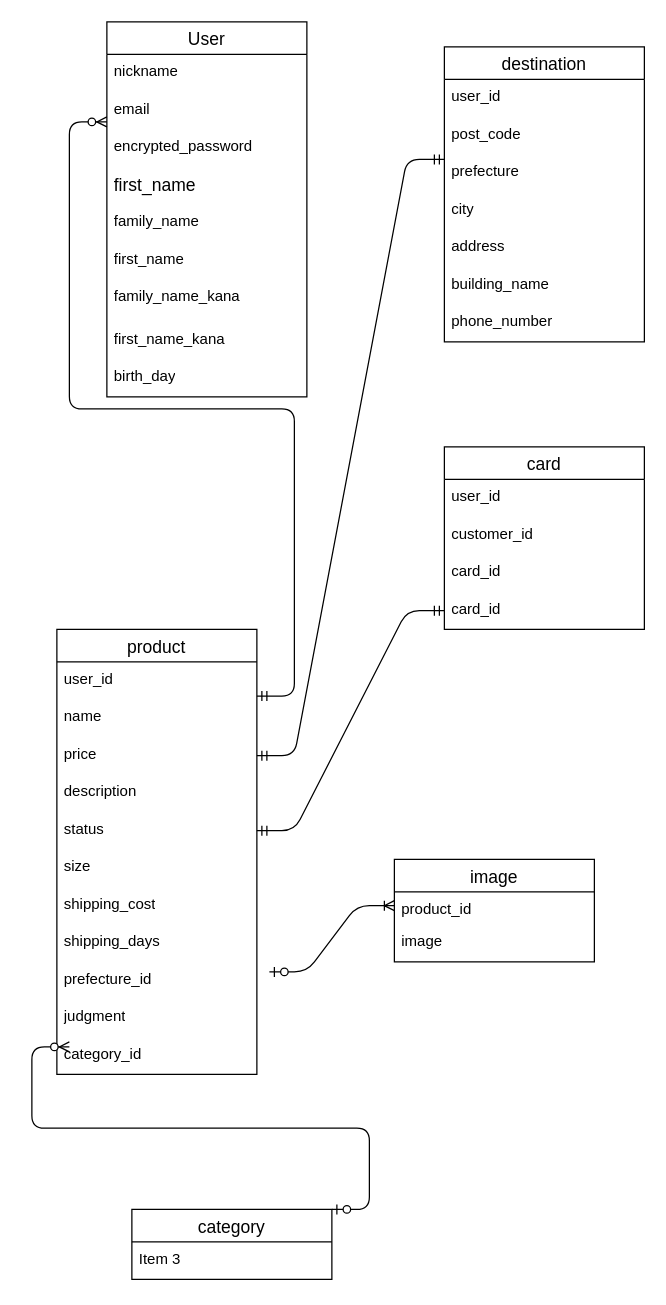
This is ER.dio from makomottchi/furima-41804, a draw.io file, before an edit. Source tidied: cells renumbered, new cells numbered last; positions are measured from the earlier drawing's top-left corner, leaving out a move shared by most shapes. Both pictures are drawn from the tidied source at 125%, with x=0, y=0 at pixel (56, 21).
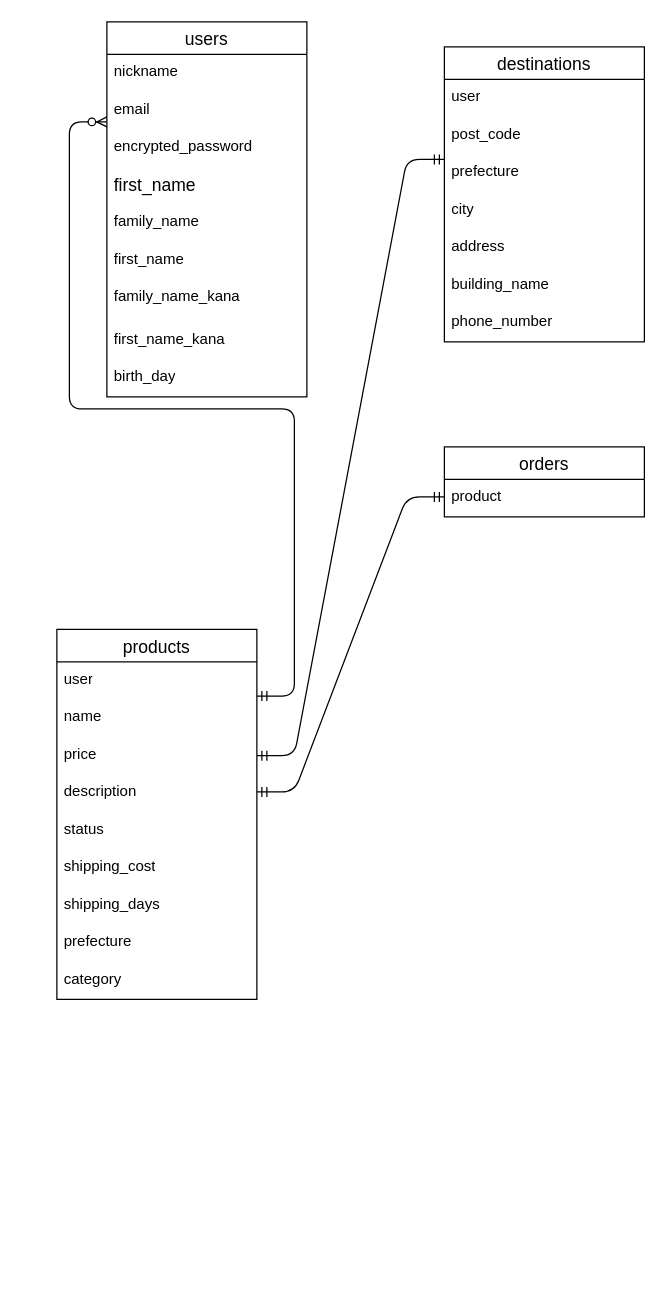
After the change.

Commit message (it also covers changes not shown here):
データベース設計修正1

Unchanged cells that the change refers to:
```xml
<mxCell id="32" value="status" style="text;strokeColor=none;fillColor=none;spacingLeft=4;spacingRight=4;overflow=hidden;points=[[0,0.5],[1,0.5]];portConstraint=eastwest;fontSize=12;whiteSpace=wrap;html=1;" parent="27" vertex="1">
  <mxGeometry y="146" width="160" height="30" as="geometry" />
</mxCell>
```

Diff of the diagram source:
```diff
@@
-    <mxCell id="2" value="User" style="swimlane;fontStyle=0;horizontal=1;startSize=26;align=center;fontSize=14;" parent="1" vertex="1">
+    <mxCell id="2" value="users" style="swimlane;fontStyle=0;horizontal=1;startSize=26;align=center;fontSize=14;" parent="1" vertex="1">
       <mxGeometry x="40" width="160" height="300" as="geometry" />
     </mxCell>
@@
-    <mxCell id="12" value="destination" style="swimlane;fontStyle=0;horizontal=1;startSize=26;align=center;fontSize=14;" parent="1" vertex="1">
+    <mxCell id="12" value="destinations" style="swimlane;fontStyle=0;horizontal=1;startSize=26;align=center;fontSize=14;" parent="1" vertex="1">
       <mxGeometry x="310" y="20" width="160" height="236" as="geometry" />
     </mxCell>
-    <mxCell id="13" value="user_id" style="text;strokeColor=none;fillColor=none;spacingLeft=4;spacingRight=4;overflow=hidden;fontSize=12;whiteSpace=wrap;html=1;" parent="12" vertex="1">
+    <mxCell id="13" value="user" style="text;strokeColor=none;fillColor=none;spacingLeft=4;spacingRight=4;overflow=hidden;fontSize=12;whiteSpace=wrap;html=1;" parent="12" vertex="1">
       <mxGeometry y="26" width="160" height="30" as="geometry" />
     </mxCell>
@@
-    <mxCell id="21" value="card" style="swimlane;fontStyle=0;horizontal=1;startSize=26;align=center;fontSize=14;" parent="1" vertex="1">
-      <mxGeometry x="310" y="340" width="160" height="146" as="geometry" />
+    <mxCell id="21" value="orders" style="swimlane;fontStyle=0;horizontal=1;startSize=26;align=center;fontSize=14;" parent="1" vertex="1">
+      <mxGeometry x="310" y="340" width="160" height="56" as="geometry" />
     </mxCell>
-    <mxCell id="22" value="user_id" style="text;strokeColor=none;fillColor=none;spacingLeft=4;spacingRight=4;overflow=hidden;fontSize=12;whiteSpace=wrap;html=1;" parent="21" vertex="1">
+    <mxCell id="22" value="product" style="text;strokeColor=none;fillColor=none;spacingLeft=4;spacingRight=4;overflow=hidden;fontSize=12;whiteSpace=wrap;html=1;" parent="21" vertex="1">
       <mxGeometry y="26" width="160" height="30" as="geometry" />
     </mxCell>
-    <mxCell id="23" value="customer_id" style="text;strokeColor=none;fillColor=none;spacingLeft=4;spacingRight=4;overflow=hidden;fontSize=12;whiteSpace=wrap;html=1;" parent="21" vertex="1">
-      <mxGeometry y="56" width="160" height="30" as="geometry" />
-    </mxCell>
-    <mxCell id="24" value="card_id" style="text;strokeColor=none;fillColor=none;spacingLeft=4;spacingRight=4;overflow=hidden;fontSize=12;whiteSpace=wrap;html=1;" parent="21" vertex="1">
-      <mxGeometry y="86" width="160" height="30" as="geometry" />
-    </mxCell>
-    <mxCell id="25" value="card_id" style="text;strokeColor=none;fillColor=none;spacingLeft=4;spacingRight=4;overflow=hidden;points=[[0,0.5],[1,0.5]];portConstraint=eastwest;fontSize=12;whiteSpace=wrap;html=1;" parent="21" vertex="1">
-      <mxGeometry y="116" width="160" height="30" as="geometry" />
-    </mxCell>
-    <mxCell id="26" style="edgeStyle=entityRelationEdgeStyle;fontSize=12;html=1;endArrow=ERmandOne;startArrow=ERmandOne;entryX=0;entryY=0.5;entryDx=0;entryDy=0;exitX=1;exitY=0.5;exitDx=0;exitDy=0;" parent="1" edge="1" source="32" target="25">
-      <mxGeometry relative="1" as="geometry" />
+    <mxCell id="26" style="edgeStyle=entityRelationEdgeStyle;fontSize=12;html=1;endArrow=ERmandOne;startArrow=ERmandOne;entryX=0;entryY=0.5;entryDx=0;entryDy=0;exitX=1;exitY=0.5;exitDx=0;exitDy=0;" parent="1" edge="1">
+      <mxGeometry relative="1" as="geometry">
+        <mxPoint x="160" y="616" as="sourcePoint" />
+        <mxPoint x="310" y="380" as="targetPoint" />
+      </mxGeometry>
     </mxCell>
-    <mxCell id="27" value="product" style="swimlane;fontStyle=0;horizontal=1;startSize=26;align=center;fontSize=14;direction=east;" parent="1" vertex="1">
-      <mxGeometry y="486" width="160" height="356" as="geometry" />
+    <mxCell id="27" value="products" style="swimlane;fontStyle=0;horizontal=1;startSize=26;align=center;fontSize=14;direction=east;" parent="1" vertex="1">
+      <mxGeometry y="486" width="160" height="296" as="geometry" />
     </mxCell>
-    <mxCell id="28" value="user_id" style="text;strokeColor=none;fillColor=none;spacingLeft=4;spacingRight=4;overflow=hidden;fontSize=12;whiteSpace=wrap;html=1;" parent="27" vertex="1">
+    <mxCell id="28" value="user" style="text;strokeColor=none;fillColor=none;spacingLeft=4;spacingRight=4;overflow=hidden;fontSize=12;whiteSpace=wrap;html=1;" parent="27" vertex="1">
       <mxGeometry y="26" width="160" height="30" as="geometry" />
     </mxCell>
@@
-    <mxCell id="33" value="size" style="text;strokeColor=none;fillColor=none;spacingLeft=4;spacingRight=4;overflow=hidden;fontSize=12;whiteSpace=wrap;html=1;" parent="27" vertex="1">
-      <mxGeometry y="176" width="160" height="30" as="geometry" />
-    </mxCell>
     <mxCell id="34" value="shipping_cost" style="text;strokeColor=none;fillColor=none;spacingLeft=4;spacingRight=4;overflow=hidden;fontSize=12;whiteSpace=wrap;html=1;" parent="27" vertex="1">
-      <mxGeometry y="206" width="160" height="30" as="geometry" />
+      <mxGeometry y="176" width="160" height="30" as="geometry" />
     </mxCell>
     <mxCell id="35" value="shipping_days" style="text;strokeColor=none;fillColor=none;spacingLeft=4;spacingRight=4;overflow=hidden;fontSize=12;whiteSpace=wrap;html=1;" parent="27" vertex="1">
-      <mxGeometry y="236" width="160" height="30" as="geometry" />
+      <mxGeometry y="206" width="160" height="30" as="geometry" />
     </mxCell>
-    <mxCell id="36" value="prefecture_id" style="text;strokeColor=none;fillColor=none;spacingLeft=4;spacingRight=4;overflow=hidden;fontSize=12;whiteSpace=wrap;html=1;" parent="27" vertex="1">
-      <mxGeometry y="266" width="160" height="30" as="geometry" />
+    <mxCell id="36" value="prefecture" style="text;strokeColor=none;fillColor=none;spacingLeft=4;spacingRight=4;overflow=hidden;fontSize=12;whiteSpace=wrap;html=1;" parent="27" vertex="1">
+      <mxGeometry y="236" width="160" height="30" as="geometry" />
     </mxCell>
-    <mxCell id="37" value="judgment" style="text;strokeColor=none;fillColor=none;spacingLeft=4;spacingRight=4;overflow=hidden;fontSize=12;whiteSpace=wrap;html=1;" parent="27" vertex="1">
-      <mxGeometry y="296" width="160" height="30" as="geometry" />
-    </mxCell>
-    <mxCell id="38" value="category_id" style="text;strokeColor=none;fillColor=none;spacingLeft=4;spacingRight=4;overflow=hidden;fontSize=12;whiteSpace=wrap;html=1;" parent="27" vertex="1">
-      <mxGeometry y="326" width="160" height="30" as="geometry" />
+    <mxCell id="38" value="category" style="text;strokeColor=none;fillColor=none;spacingLeft=4;spacingRight=4;overflow=hidden;fontSize=12;whiteSpace=wrap;html=1;" parent="27" vertex="1">
+      <mxGeometry y="266" width="160" height="30" as="geometry" />
     </mxCell>
@@
-    <mxCell id="40" value="image" style="swimlane;fontStyle=0;horizontal=1;startSize=26;align=center;fontSize=14;" parent="1" vertex="1">
-      <mxGeometry x="270" y="670" width="160" height="82" as="geometry" />
-    </mxCell>
-    <mxCell id="41" value="product_id" style="text;strokeColor=none;fillColor=none;spacingLeft=4;spacingRight=4;overflow=hidden;fontSize=12;whiteSpace=wrap;html=1;" parent="40" vertex="1">
-      <mxGeometry y="26" width="160" height="26" as="geometry" />
-    </mxCell>
-    <mxCell id="42" value="image" style="text;strokeColor=none;fillColor=none;spacingLeft=4;spacingRight=4;overflow=hidden;fontSize=12;whiteSpace=wrap;html=1;" parent="40" vertex="1">
-      <mxGeometry y="52" width="160" height="30" as="geometry" />
-    </mxCell>
-    <mxCell id="43" style="edgeStyle=entityRelationEdgeStyle;fontSize=12;html=1;endArrow=ERoneToMany;startArrow=ERzeroToOne;" parent="1" edge="1">
-      <mxGeometry relative="1" as="geometry">
-        <mxPoint x="170" y="760" as="sourcePoint" />
-        <mxPoint x="270" y="707" as="targetPoint" />
-      </mxGeometry>
-    </mxCell>
-    <mxCell id="44" value="category" style="swimlane;fontStyle=0;horizontal=1;startSize=26;align=center;fontSize=14;" parent="1" vertex="1">
-      <mxGeometry x="60" y="950" width="160" height="56" as="geometry" />
-    </mxCell>
-    <mxCell id="45" value="Item 3" style="text;strokeColor=none;fillColor=none;spacingLeft=4;spacingRight=4;overflow=hidden;fontSize=12;whiteSpace=wrap;html=1;" parent="44" vertex="1">
-      <mxGeometry y="26" width="160" height="30" as="geometry" />
-    </mxCell>
-    <mxCell id="46" style="edgeStyle=entityRelationEdgeStyle;fontSize=12;html=1;endArrow=ERzeroToMany;startArrow=ERzeroToOne;exitX=1;exitY=0;exitDx=0;exitDy=0;" parent="1" edge="1" source="44">
-      <mxGeometry relative="1" as="geometry">
-        <mxPoint x="10" y="820" as="targetPoint" />
-      </mxGeometry>
-    </mxCell>
```
